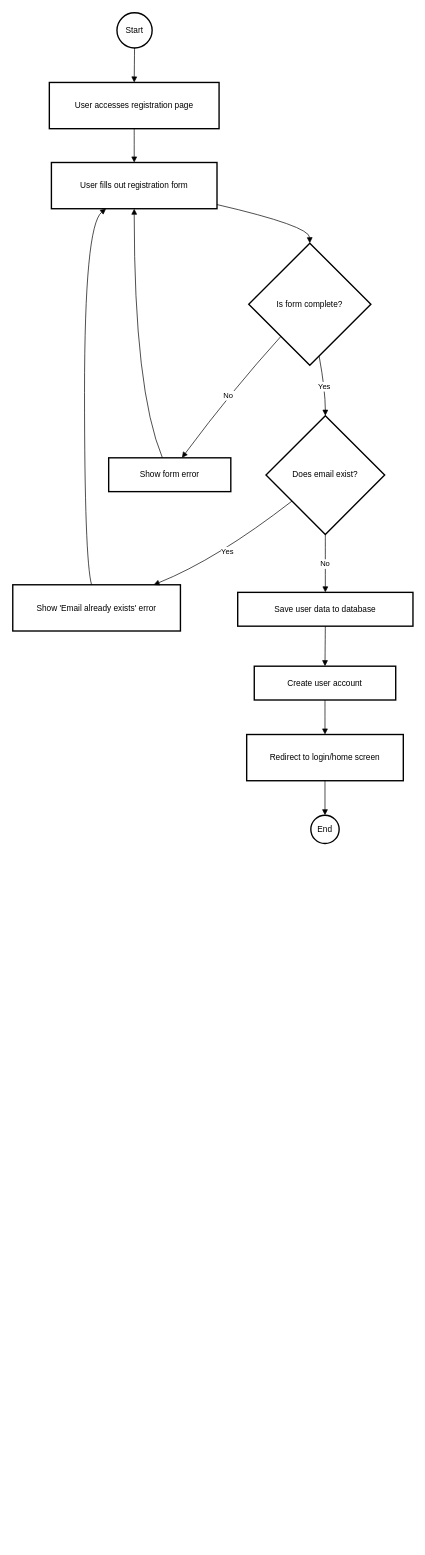
Before: Flowcahrt/Vats_User_Registration.drawio in VatsSanghvi/Big-Data-Project, a draw.io diagram. Source tidied: cells renumbered, new cells numbered last; positions are measured from the earlier drawing's top-left corner, leaving out a move shared by most shapes. Both pictures are drawn from the tidied source at 69%, with x=0, y=0 at pixel (12, 12).
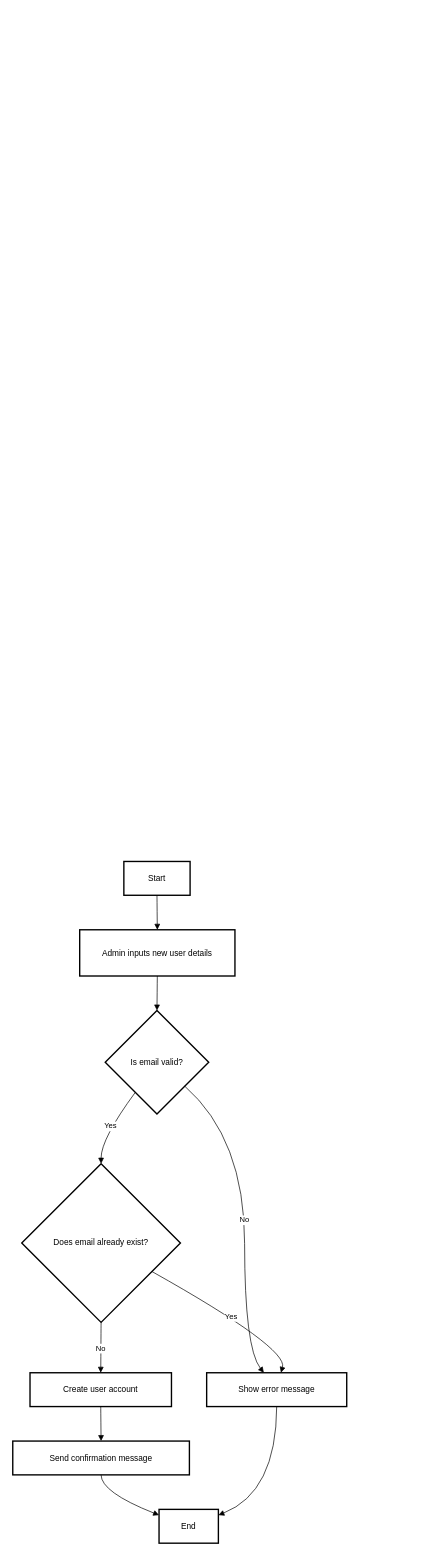
The same diagram, later.

Change to the diagram source:
```diff
@@
-    <mxCell id="2" value="Start" style="ellipse;strokeWidth=2;whiteSpace=wrap;" parent="1" vertex="1">
-      <mxGeometry x="151" width="51" height="51" as="geometry" />
+    <mxCell id="2" value="Start" style="whiteSpace=wrap;strokeWidth=2;" parent="1" vertex="1">
+      <mxGeometry x="161" y="1230" width="96" height="49" as="geometry" />
     </mxCell>
-    <mxCell id="3" value="User accesses registration page" style="whiteSpace=wrap;strokeWidth=2;" parent="1" vertex="1">
-      <mxGeometry x="53" y="101" width="246" height="67" as="geometry" />
-    </mxCell>
-    <mxCell id="4" value="User fills out registration form" style="whiteSpace=wrap;strokeWidth=2;" parent="1" vertex="1">
-      <mxGeometry x="56" y="217" width="240" height="67" as="geometry" />
-    </mxCell>
-    <mxCell id="5" value="Is form complete?" style="rhombus;strokeWidth=2;whiteSpace=wrap;" parent="1" vertex="1">
-      <mxGeometry x="342" y="334" width="177" height="177" as="geometry" />
-    </mxCell>
-    <mxCell id="6" value="Does email exist?" style="rhombus;strokeWidth=2;whiteSpace=wrap;" parent="1" vertex="1">
-      <mxGeometry x="367" y="584" width="172" height="172" as="geometry" />
-    </mxCell>
-    <mxCell id="7" value="Show form error" style="whiteSpace=wrap;strokeWidth=2;" parent="1" vertex="1">
-      <mxGeometry x="139" y="645" width="177" height="49" as="geometry" />
-    </mxCell>
-    <mxCell id="8" value="Show 'Email already exists' error" style="whiteSpace=wrap;strokeWidth=2;" parent="1" vertex="1">
-      <mxGeometry y="829" width="243" height="67" as="geometry" />
-    </mxCell>
-    <mxCell id="9" value="Save user data to database" style="whiteSpace=wrap;strokeWidth=2;" parent="1" vertex="1">
-      <mxGeometry x="326" y="840" width="254" height="49" as="geometry" />
-    </mxCell>
+    <mxCell id="25" value="Admin inputs new user details" style="whiteSpace=wrap;strokeWidth=2;" parent="1" vertex="1">
+      <mxGeometry x="97" y="1329" width="225" height="67" as="geometry" />
+    </mxCell>
+    <mxCell id="26" value="Is email valid?" style="rhombus;strokeWidth=2;whiteSpace=wrap;" parent="1" vertex="1">
+      <mxGeometry x="134" y="1446" width="150" height="150" as="geometry" />
+    </mxCell>
+    <mxCell id="27" value="Does email already exist?" style="rhombus;strokeWidth=2;whiteSpace=wrap;" parent="1" vertex="1">
+      <mxGeometry x="13" y="1668" width="230" height="230" as="geometry" />
+    </mxCell>
+    <mxCell id="28" value="Show error message" style="whiteSpace=wrap;strokeWidth=2;" parent="1" vertex="1">
+      <mxGeometry x="281" y="1971" width="203" height="49" as="geometry" />
+    </mxCell>
     <mxCell id="10" value="Create user account" style="whiteSpace=wrap;strokeWidth=2;" parent="1" vertex="1">
-      <mxGeometry x="350" y="947" width="205" height="49" as="geometry" />
+      <mxGeometry x="25" y="1971" width="205" height="49" as="geometry" />
     </mxCell>
-    <mxCell id="11" value="Redirect to login/home screen" style="whiteSpace=wrap;strokeWidth=2;" parent="1" vertex="1">
-      <mxGeometry x="339" y="1046" width="227" height="67" as="geometry" />
-    </mxCell>
+    <mxCell id="29" value="Send confirmation message" style="whiteSpace=wrap;strokeWidth=2;" parent="1" vertex="1">
+      <mxGeometry y="2070" width="256" height="49" as="geometry" />
+    </mxCell>
-    <mxCell id="12" value="End" style="ellipse;strokeWidth=2;whiteSpace=wrap;" parent="1" vertex="1">
-      <mxGeometry x="432" y="1163" width="41" height="41" as="geometry" />
+    <mxCell id="12" value="End" style="whiteSpace=wrap;strokeWidth=2;" parent="1" vertex="1">
+      <mxGeometry x="212" y="2169" width="86" height="49" as="geometry" />
     </mxCell>
-    <mxCell id="13" style="curved=1;startArrow=none;endArrow=block;exitX=0.49;exitY=0.99;entryX=0.5;entryY=-0.01;rounded=0;" parent="1" edge="1" source="2" target="3">
-      <mxGeometry relative="1" as="geometry" />
-    </mxCell>
-    <mxCell id="14" style="curved=1;startArrow=none;endArrow=block;exitX=0.5;exitY=0.99;entryX=0.5;entryY=0;rounded=0;" parent="1" edge="1" source="3" target="4">
-      <mxGeometry relative="1" as="geometry" />
-    </mxCell>
-    <mxCell id="15" style="curved=1;startArrow=none;endArrow=block;exitX=1;exitY=0.91;entryX=0.5;entryY=0;rounded=0;" parent="1" edge="1" source="4" target="5">
-      <mxGeometry relative="1" as="geometry">
-        <Array as="points">
-          <mxPoint x="430" y="309" />
-        </Array>
-      </mxGeometry>
-    </mxCell>
-    <mxCell id="16" value="Yes" style="curved=1;startArrow=none;endArrow=block;exitX=0.59;exitY=1;entryX=0.5;entryY=0;rounded=0;" parent="1" edge="1" source="5" target="6">
-      <mxGeometry relative="1" as="geometry">
-        <Array as="points">
-          <mxPoint x="453" y="547" />
-        </Array>
-      </mxGeometry>
-    </mxCell>
-    <mxCell id="17" value="No" style="curved=1;startArrow=none;endArrow=block;exitX=0.05;exitY=1;entryX=0.6;entryY=0;rounded=0;" parent="1" edge="1" source="5" target="7">
-      <mxGeometry relative="1" as="geometry">
-        <Array as="points">
-          <mxPoint x="318" y="547" />
-        </Array>
-      </mxGeometry>
-    </mxCell>
-    <mxCell id="18" style="curved=1;startArrow=none;endArrow=block;exitX=0.44;exitY=0;entryX=0.5;entryY=1;rounded=0;" parent="1" edge="1" source="7" target="4">
-      <mxGeometry relative="1" as="geometry">
-        <Array as="points">
-          <mxPoint x="176" y="547" />
-        </Array>
-      </mxGeometry>
-    </mxCell>
-    <mxCell id="19" value="Yes" style="curved=1;startArrow=none;endArrow=block;exitX=0;exitY=0.89;entryX=0.84;entryY=0;rounded=0;" parent="1" edge="1" source="6" target="8">
-      <mxGeometry relative="1" as="geometry">
-        <Array as="points">
-          <mxPoint x="296" y="792" />
-        </Array>
-      </mxGeometry>
-    </mxCell>
-    <mxCell id="20" style="curved=1;startArrow=none;endArrow=block;exitX=0.47;exitY=0;entryX=0.33;entryY=1;rounded=0;" parent="1" edge="1" source="8" target="4">
-      <mxGeometry relative="1" as="geometry">
-        <Array as="points">
-          <mxPoint x="104" y="792" />
-          <mxPoint x="104" y="309" />
-        </Array>
-      </mxGeometry>
-    </mxCell>
-    <mxCell id="21" value="No" style="curved=1;startArrow=none;endArrow=block;exitX=0.5;exitY=1;entryX=0.5;entryY=-0.01;rounded=0;exitDx=0;exitDy=0;" parent="1" edge="1" source="6" target="9">
-      <mxGeometry relative="1" as="geometry" />
-    </mxCell>
-    <mxCell id="22" style="curved=1;startArrow=none;endArrow=block;exitX=0.5;exitY=0.99;entryX=0.5;entryY=0.01;rounded=0;" parent="1" edge="1" source="9" target="10">
-      <mxGeometry relative="1" as="geometry" />
-    </mxCell>
-    <mxCell id="23" style="curved=1;startArrow=none;endArrow=block;exitX=0.5;exitY=1.01;entryX=0.5;entryY=0.01;rounded=0;" parent="1" edge="1" source="10" target="11">
-      <mxGeometry relative="1" as="geometry" />
-    </mxCell>
-    <mxCell id="24" style="curved=1;startArrow=none;endArrow=block;exitX=0.5;exitY=1;entryX=0.5;entryY=0;rounded=0;" parent="1" edge="1" source="11" target="12">
-      <mxGeometry relative="1" as="geometry" />
-    </mxCell>
+    <mxCell id="30" style="curved=1;startArrow=none;endArrow=block;exitX=0.5;exitY=1;entryX=0.5;entryY=0;rounded=0;" parent="1" edge="1" source="2" target="25">
+      <mxGeometry relative="1" as="geometry" />
+    </mxCell>
+    <mxCell id="31" style="curved=1;startArrow=none;endArrow=block;exitX=0.5;exitY=0.99;entryX=0.5;entryY=0;rounded=0;" parent="1" edge="1" source="25" target="26">
+      <mxGeometry relative="1" as="geometry" />
+    </mxCell>
+    <mxCell id="32" value="Yes" style="curved=1;startArrow=none;endArrow=block;exitX=0.14;exitY=1;entryX=0.5;entryY=0;rounded=0;" parent="1" edge="1" source="26" target="27">
+      <mxGeometry relative="1" as="geometry">
+        <Array as="points">
+          <mxPoint x="128" y="1632" />
+        </Array>
+      </mxGeometry>
+    </mxCell>
+    <mxCell id="33" value="No" style="curved=1;startArrow=none;endArrow=block;exitX=1;exitY=0.93;entryX=0.41;entryY=0.01;rounded=0;" parent="1" edge="1" source="26" target="28">
+      <mxGeometry relative="1" as="geometry">
+        <Array as="points">
+          <mxPoint x="336" y="1632" />
+          <mxPoint x="336" y="1935" />
+        </Array>
+      </mxGeometry>
+    </mxCell>
+    <mxCell id="34" value="Yes" style="curved=1;startArrow=none;endArrow=block;exitX=1;exitY=0.78;entryX=0.53;entryY=0.01;rounded=0;" parent="1" edge="1" source="27" target="28">
+      <mxGeometry relative="1" as="geometry">
+        <Array as="points">
+          <mxPoint x="399" y="1935" />
+        </Array>
+      </mxGeometry>
+    </mxCell>
+    <mxCell id="35" value="No" style="curved=1;startArrow=none;endArrow=block;exitX=0.5;exitY=1;entryX=0.5;entryY=0.01;rounded=0;" parent="1" edge="1" source="27" target="10">
+      <mxGeometry relative="1" as="geometry" />
+    </mxCell>
+    <mxCell id="36" style="curved=1;startArrow=none;endArrow=block;exitX=0.5;exitY=1.01;entryX=0.5;entryY=0.01;rounded=0;" parent="1" edge="1" source="10" target="29">
+      <mxGeometry relative="1" as="geometry" />
+    </mxCell>
+    <mxCell id="37" style="curved=1;startArrow=none;endArrow=block;exitX=0.5;exitY=1.01;entryX=0;entryY=0.17;rounded=0;" parent="1" edge="1" source="29" target="12">
+      <mxGeometry relative="1" as="geometry">
+        <Array as="points">
+          <mxPoint x="128" y="2144" />
+        </Array>
+      </mxGeometry>
+    </mxCell>
+    <mxCell id="38" style="curved=1;startArrow=none;endArrow=block;exitX=0.5;exitY=1.01;entryX=1;entryY=0.17;rounded=0;" parent="1" edge="1" source="28" target="12">
+      <mxGeometry relative="1" as="geometry">
+        <Array as="points">
+          <mxPoint x="382" y="2144" />
+        </Array>
+      </mxGeometry>
+    </mxCell>
```
